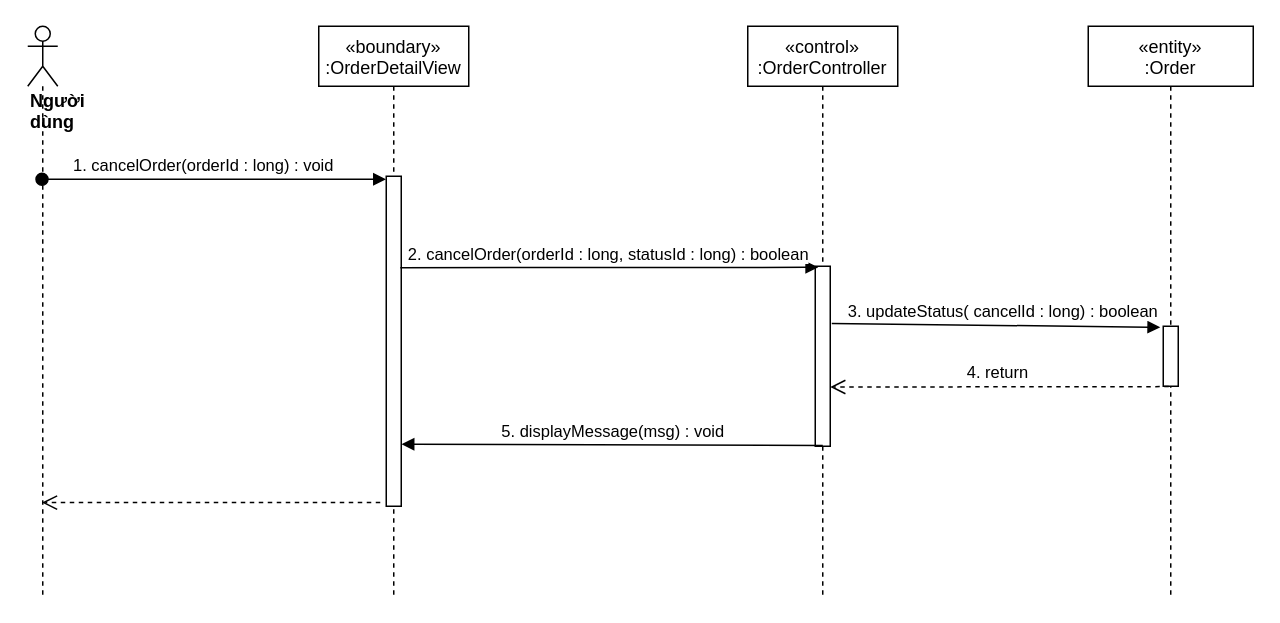
The draw.io diagram sequence diagram/cancel-Order-sequence.drawio in nguyenphamvan/datn_20202, before the edit. Source tidied: cells renumbered, new cells numbered last; positions are measured from the earlier drawing's top-left corner, leaving out a move shared by most shapes. Both pictures are drawn from the tidied source at 150%, with x=0, y=0 at pixel (27, 26).
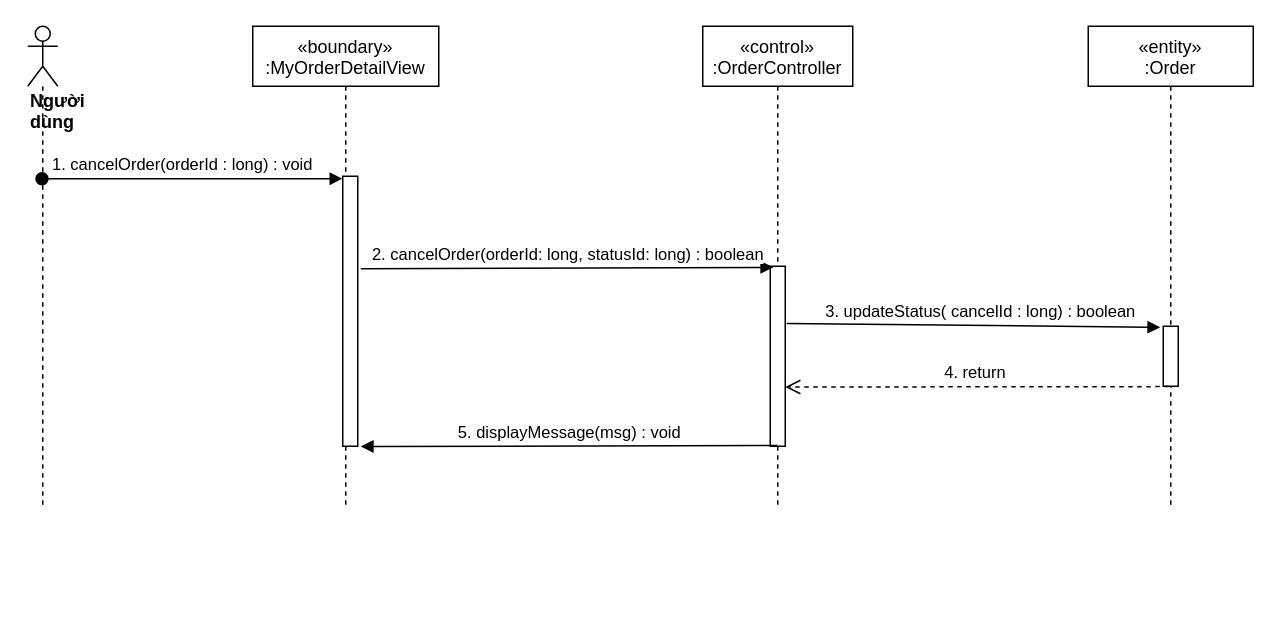
After the change.

Change to the diagram source:
```diff
@@
 <mxGraphModel>
   <root>
     <mxCell id="0" />
     <mxCell id="1" parent="0" />
-    <mxCell id="2" value="«boundary»&#10;:OrderDetailView" style="shape=umlLifeline;perimeter=lifelinePerimeter;rounded=0;shadow=0;strokeWidth=1;" parent="1" vertex="1">
-      <mxGeometry x="194" width="100" height="380" as="geometry" />
+    <mxCell id="2" value="«boundary»&#10;:MyOrderDetailView" style="shape=umlLifeline;perimeter=lifelinePerimeter;rounded=0;shadow=0;strokeWidth=1;" parent="1" vertex="1">
+      <mxGeometry x="150" width="124" height="320" as="geometry" />
     </mxCell>
     <mxCell id="3" style="points=[];perimeter=orthogonalPerimeter;rounded=0;shadow=0;strokeWidth=1;" parent="2" vertex="1">
-      <mxGeometry x="45" y="100" width="10" height="220" as="geometry" />
+      <mxGeometry x="60" y="100" width="10" height="180" as="geometry" />
     </mxCell>
     <mxCell id="4" value="«control»&#10;:OrderController" style="shape=umlLifeline;perimeter=lifelinePerimeter;rounded=0;shadow=0;strokeWidth=1;" parent="1" vertex="1">
-      <mxGeometry x="480" width="100" height="380" as="geometry" />
+      <mxGeometry x="450" width="100" height="320" as="geometry" />
     </mxCell>
     <mxCell id="5" style="points=[];perimeter=orthogonalPerimeter;rounded=0;shadow=0;strokeWidth=1;" parent="4" vertex="1">
       <mxGeometry x="45" y="160" width="10" height="120" as="geometry" />
     </mxCell>
     <mxCell id="6" value="&lt;div&gt;&lt;b&gt;Người dùng&lt;/b&gt;&lt;/div&gt;" style="shape=umlLifeline;participant=umlActor;perimeter=lifelinePerimeter;whiteSpace=wrap;html=1;verticalAlign=top;spacingTop=36;outlineConnect=0;align=left;" parent="1" vertex="1">
-      <mxGeometry width="20" height="380" as="geometry" />
+      <mxGeometry width="20" height="320" as="geometry" />
     </mxCell>
     <mxCell id="7" value="1. cancelOrder(orderId : long) : void" style="verticalAlign=bottom;startArrow=oval;endArrow=block;startSize=8;shadow=0;strokeWidth=1;entryX=-0.02;entryY=0.009;entryDx=0;entryDy=0;entryPerimeter=0;" parent="1" edge="1" source="6" target="3">
       <mxGeometry x="-0.06" relative="1" as="geometry" />
     </mxCell>
-    <mxCell id="8" value="2. cancelOrder(orderId : long, statusId : long) : boolean" style="html=1;verticalAlign=bottom;endArrow=block;entryX=0.2;entryY=0.006;entryDx=0;entryDy=0;entryPerimeter=0;exitX=0.94;exitY=0.277;exitDx=0;exitDy=0;exitPerimeter=0;" parent="1" edge="1" source="3" target="5">
+    <mxCell id="8" value="2. cancelOrder(orderId: long, statusId: long) : boolean" style="html=1;verticalAlign=bottom;endArrow=block;entryX=0.2;entryY=0.006;entryDx=0;entryDy=0;entryPerimeter=0;exitX=1.2;exitY=0.343;exitDx=0;exitDy=0;exitPerimeter=0;" parent="1" edge="1" source="3" target="5">
       <mxGeometry relative="1" as="geometry" />
     </mxCell>
     <mxCell id="9" value="«entity»&#10;:Order" style="shape=umlLifeline;perimeter=lifelinePerimeter;rounded=0;shadow=0;strokeWidth=1;" parent="1" vertex="1">
-      <mxGeometry x="707" width="110" height="380" as="geometry" />
+      <mxGeometry x="707" width="110" height="320" as="geometry" />
     </mxCell>
     <mxCell id="10" style="points=[];perimeter=orthogonalPerimeter;rounded=0;shadow=0;strokeWidth=1;" parent="9" vertex="1">
       <mxGeometry x="50" y="200" width="10" height="40" as="geometry" />
     </mxCell>
     <mxCell id="11" value="3. updateStatus( cancelId : long) : boolean" style="html=1;verticalAlign=bottom;endArrow=block;entryX=-0.2;entryY=0.017;entryDx=0;entryDy=0;entryPerimeter=0;exitX=1.1;exitY=0.318;exitDx=0;exitDy=0;exitPerimeter=0;" parent="1" edge="1" source="5" target="10">
       <mxGeometry x="0.04" relative="1" as="geometry" />
     </mxCell>
     <mxCell id="12" value="4. return&amp;nbsp;" style="html=1;verticalAlign=bottom;endArrow=open;dashed=1;endSize=8;exitX=0.367;exitY=1.006;exitDx=0;exitDy=0;exitPerimeter=0;entryX=1;entryY=0.671;entryDx=0;entryDy=0;entryPerimeter=0;" parent="1" edge="1" source="10" target="5">
       <mxGeometry relative="1" as="geometry" />
     </mxCell>
-    <mxCell id="13" style="html=1;verticalAlign=bottom;endArrow=open;dashed=1;endSize=8;exitX=-0.4;exitY=0.989;exitDx=0;exitDy=0;exitPerimeter=0;" parent="1" edge="1" source="3" target="6">
-      <mxGeometry x="0.02" relative="1" as="geometry" />
-    </mxCell>
-    <mxCell id="14" value="&lt;span style=&quot;font-family: &amp;#34;helvetica&amp;#34;&quot;&gt;5. displayMessage(msg) : void&lt;/span&gt;" style="html=1;verticalAlign=bottom;endArrow=block;exitX=0.5;exitY=0.996;exitDx=0;exitDy=0;exitPerimeter=0;entryX=1.02;entryY=0.812;entryDx=0;entryDy=0;entryPerimeter=0;" parent="1" edge="1" source="5" target="3">
+    <mxCell id="14" value="&lt;span style=&quot;font-family: &amp;#34;helvetica&amp;#34;&quot;&gt;5. displayMessage(msg) : void&lt;/span&gt;" style="html=1;verticalAlign=bottom;endArrow=block;exitX=0.5;exitY=0.996;exitDx=0;exitDy=0;exitPerimeter=0;entryX=1.2;entryY=1.001;entryDx=0;entryDy=0;entryPerimeter=0;" parent="1" edge="1" source="5" target="3">
       <mxGeometry relative="1" as="geometry" />
     </mxCell>
   </root>
 </mxGraphModel>
```
